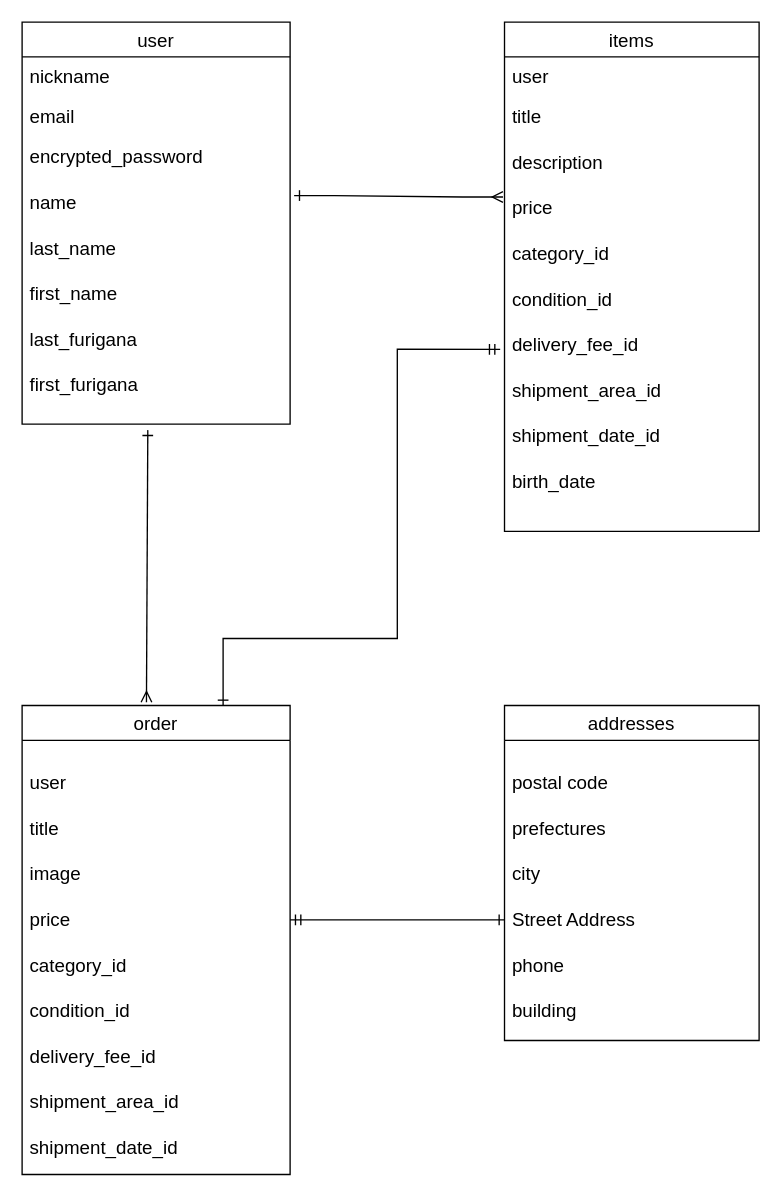
The draw.io diagram furima.dio in takanori-hagiwara/furima-33976, before the edit. Source tidied: cells renumbered, new cells numbered last; positions are measured from the earlier drawing's top-left corner, leaving out a move shared by most shapes. Both pictures are drawn from the tidied source at 134%, with x=0, y=0 at pixel (21, 21).
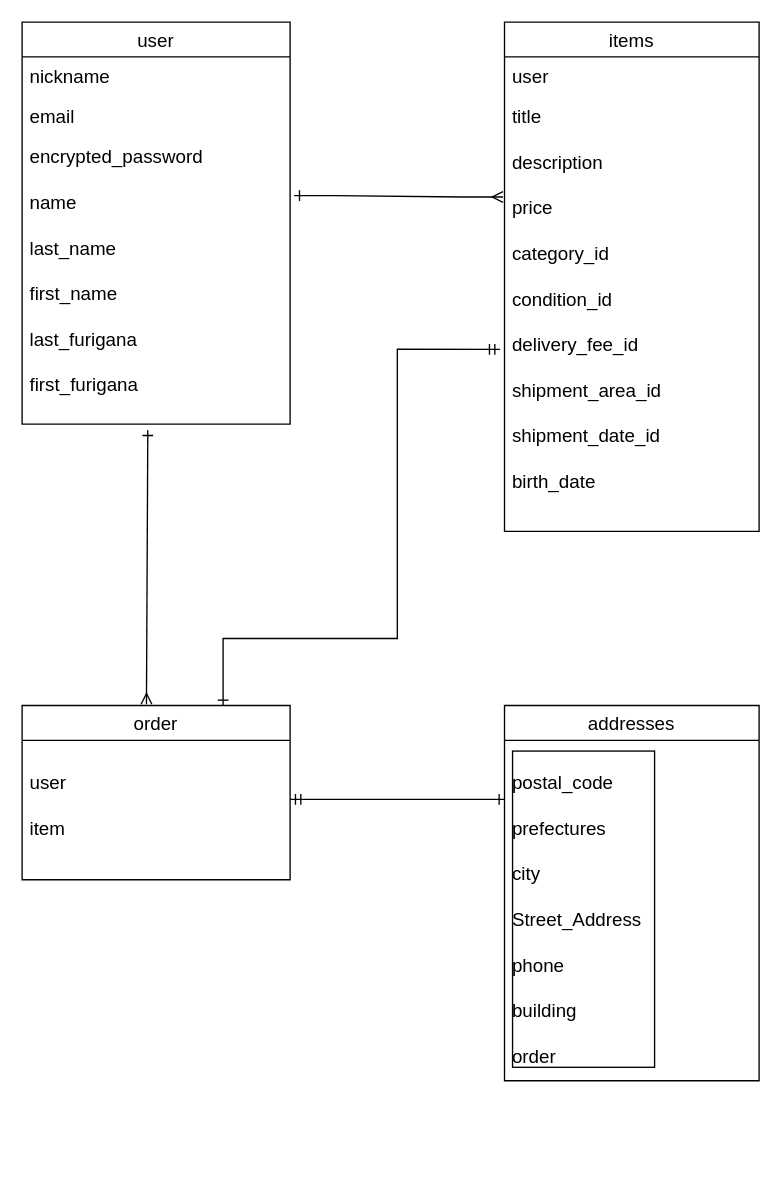
The same page after the edit.

What changed in the source:
```diff
@@
 <mxGraphModel>
   <root>
     <mxCell id="0" />
     <mxCell id="1" parent="0" />
     <mxCell id="2" value="addresses" style="swimlane;fontStyle=0;horizontal=1;startSize=26;align=center;fontSize=14;" parent="1" vertex="1">
-      <mxGeometry x="360" y="510" width="190" height="250" as="geometry" />
+      <mxGeometry x="360" y="510" width="190" height="280" as="geometry" />
     </mxCell>
-    <mxCell id="3" value="&#10;postal code &#10;&#10;prefectures&#10;&#10;city &#10;&#10;Street Address  &#10;&#10;phone &#10;&#10;building" style="text;strokeColor=none;fillColor=none;spacingLeft=4;spacingRight=4;overflow=hidden;fontSize=14;" parent="2" vertex="1">
-      <mxGeometry y="26" width="190" height="224" as="geometry" />
+    <mxCell id="3" value="&#10;postal_code &#10;&#10;prefectures&#10;&#10;city &#10;&#10;Street_Address  &#10;&#10;phone &#10;&#10;building&#10;&#10;order" style="text;strokeColor=none;fillColor=none;spacingLeft=4;spacingRight=4;overflow=hidden;fontSize=14;labelBorderColor=#000000;" parent="2" vertex="1">
+      <mxGeometry y="26" width="190" height="254" as="geometry" />
     </mxCell>
     <mxCell id="4" value="items" style="swimlane;fontStyle=0;horizontal=1;startSize=26;align=center;fontSize=14;" parent="1" vertex="1">
       <mxGeometry x="360" width="190" height="380" as="geometry" />
     </mxCell>
     <mxCell id="5" value="user" style="text;strokeColor=none;fillColor=none;spacingLeft=4;spacingRight=4;overflow=hidden;fontSize=14;" parent="4" vertex="1">
       <mxGeometry y="26" width="190" height="30" as="geometry" />
     </mxCell>
     <mxCell id="6" value="title&#10;&#10;description&#10;&#10;price&#10;&#10;category_id&#10;&#10;condition_id&#10;&#10;delivery_fee_id&#10;&#10;shipment_area_id&#10;&#10;shipment_date_id&#10;&#10;birth_date" style="text;strokeColor=none;fillColor=none;spacingLeft=4;spacingRight=4;overflow=hidden;points=[[0,0.5],[1,0.5]];portConstraint=eastwest;fontSize=14;" parent="4" vertex="1">
       <mxGeometry y="56" width="190" height="324" as="geometry" />
     </mxCell>
     <mxCell id="7" value="user" style="swimlane;fontStyle=0;horizontal=1;startSize=26;align=center;fontSize=14;" parent="1" vertex="1">
       <mxGeometry width="200" height="300" as="geometry" />
     </mxCell>
     <mxCell id="8" value="nickname&#10;" style="text;strokeColor=none;fillColor=none;spacingLeft=4;spacingRight=4;overflow=hidden;fontSize=14;" parent="7" vertex="1">
       <mxGeometry y="26" width="200" height="30" as="geometry" />
     </mxCell>
     <mxCell id="9" value="email" style="text;strokeColor=none;fillColor=none;spacingLeft=4;spacingRight=4;overflow=hidden;fontSize=14;" parent="7" vertex="1">
       <mxGeometry y="56" width="200" height="30" as="geometry" />
     </mxCell>
     <mxCell id="10" value="encrypted_password&#10;&#10;name&#10;&#10;last_name&#10;&#10;first_name&#10;&#10;last_furigana&#10;&#10;first_furigana" style="text;strokeColor=none;fillColor=none;spacingLeft=4;spacingRight=4;overflow=hidden;points=[[0,0.5],[1,0.5]];portConstraint=eastwest;fontSize=14;fontColor=#000000;" parent="7" vertex="1">
       <mxGeometry y="86" width="200" height="214" as="geometry" />
     </mxCell>
     <mxCell id="11" style="edgeStyle=entityRelationEdgeStyle;fontSize=12;html=1;endArrow=ERmany;endFill=0;entryX=-0.006;entryY=0.23;entryDx=0;entryDy=0;entryPerimeter=0;startArrow=ERone;startFill=0;exitX=1.015;exitY=0.203;exitDx=0;exitDy=0;exitPerimeter=0;rounded=0;" parent="1" edge="1" source="10" target="6">
       <mxGeometry relative="1" as="geometry" />
     </mxCell>
     <mxCell id="12" value="order" style="swimlane;fontStyle=0;horizontal=1;startSize=26;align=center;fontSize=14;" parent="1" vertex="1">
-      <mxGeometry y="510" width="200" height="350" as="geometry" />
+      <mxGeometry y="510" width="200" height="130" as="geometry" />
     </mxCell>
-    <mxCell id="13" value="&#10;user&#10;&#10;title&#10;&#10;image&#10;&#10;price&#10;&#10;category_id&#10;&#10;condition_id&#10;&#10;delivery_fee_id&#10;&#10;shipment_area_id&#10;&#10;shipment_date_id&#10;" style="text;strokeColor=none;fillColor=none;spacingLeft=4;spacingRight=4;overflow=hidden;fontSize=14;" parent="12" vertex="1">
-      <mxGeometry y="26" width="200" height="324" as="geometry" />
+    <mxCell id="13" value="&#10;user&#10;&#10;item" style="text;strokeColor=none;fillColor=none;spacingLeft=4;spacingRight=4;overflow=hidden;fontSize=14;" parent="12" vertex="1">
+      <mxGeometry y="26" width="200" height="104" as="geometry" />
     </mxCell>
     <mxCell id="14" style="endArrow=ERone;html=1;rounded=0;startArrow=ERmandOne;startFill=0;endFill=0;" parent="1" edge="1">
       <mxGeometry relative="1" as="geometry">
-        <mxPoint x="200" y="670" as="sourcePoint" />
-        <mxPoint x="360" y="670" as="targetPoint" />
+        <mxPoint x="200" y="580" as="sourcePoint" />
+        <mxPoint x="360" y="580" as="targetPoint" />
       </mxGeometry>
     </mxCell>
     <mxCell id="15" style="endArrow=ERmany;html=1;rounded=0;startArrow=ERone;startFill=0;endFill=0;exitX=0.469;exitY=1.021;exitDx=0;exitDy=0;exitPerimeter=0;entryX=0.464;entryY=-0.007;entryDx=0;entryDy=0;entryPerimeter=0;" parent="1" edge="1" source="10" target="12">
       <mxGeometry relative="1" as="geometry" />
     </mxCell>
     <mxCell id="16" style="endArrow=ERmandOne;html=1;rounded=0;exitX=0.75;exitY=0;exitDx=0;exitDy=0;entryX=-0.017;entryY=0.581;entryDx=0;entryDy=0;entryPerimeter=0;endFill=0;startArrow=ERone;startFill=0;" parent="1" edge="1" source="12" target="6">
       <mxGeometry relative="1" as="geometry">
         <Array as="points">
           <mxPoint x="150" y="460" />
           <mxPoint x="280" y="460" />
           <mxPoint x="280" y="244" />
         </Array>
       </mxGeometry>
     </mxCell>
   </root>
 </mxGraphModel>
```
